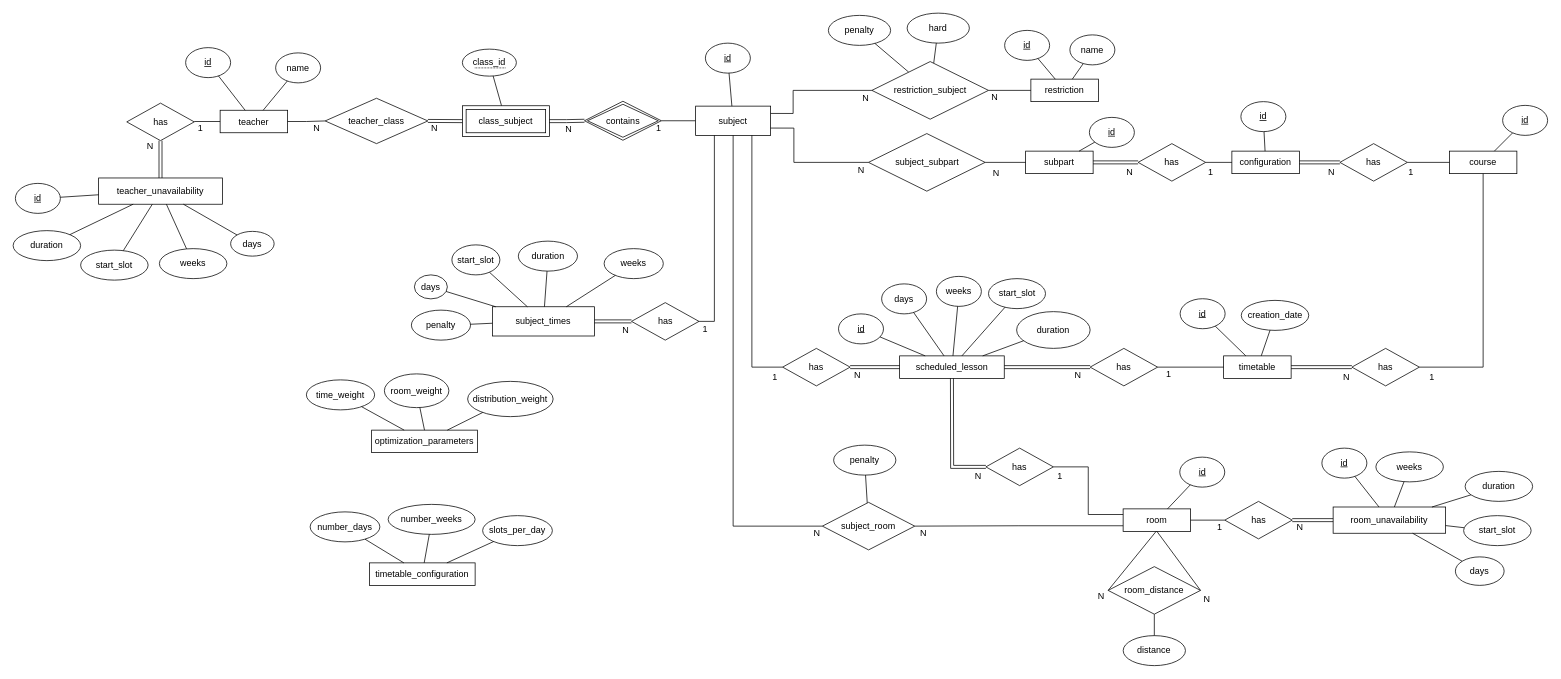
Above: Tese/diagramas/base_dados_agendamento.drawio in RRamos19/Master-Thesis (draw.io), before the change. Source tidied: cells renumbered, new cells numbered last; positions are measured from the earlier drawing's top-left corner, leaving out a move shared by most shapes. Both pictures are drawn from the tidied source at 75%, with x=0, y=0 at pixel (13, 13).
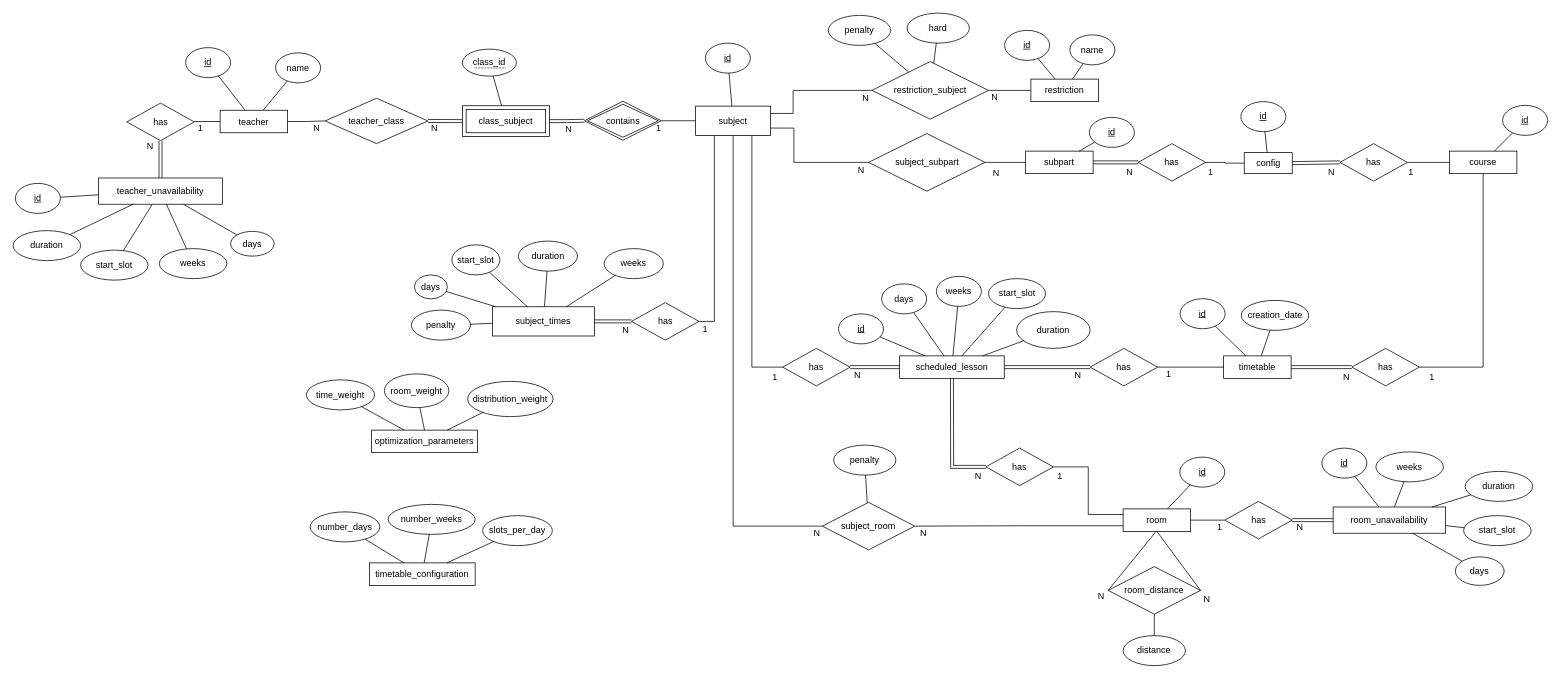
The same diagram, later.

What changed in the source:
```diff
@@
-    <mxCell id="74" value="configuration" style="rounded=0;whiteSpace=wrap;html=1;" parent="1" vertex="1">
-      <mxGeometry x="1625" y="184" width="90" height="30" as="geometry" />
+    <mxCell id="74" value="config" style="rounded=0;whiteSpace=wrap;html=1;" parent="1" vertex="1">
+      <mxGeometry x="1641.5" y="186" width="64" height="28" as="geometry" />
     </mxCell>
```
